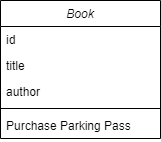
sungwookspring/Simple_BookManagment keeps this draw.io diagram as imgs/class_diagram_book.png. Above is the earlier version. Source tidied: cells renumbered, new cells last; positions are measured from the earlier drawing's top-left corner, leaving out a move shared by most shapes. The source it was exported from:
```xml
<mxGraphModel>
  <root>
    <mxCell id="0" />
    <mxCell id="1" parent="0" />
    <mxCell id="2" value="Book" style="swimlane;fontStyle=2;align=center;verticalAlign=top;horizontal=1;startSize=26;rounded=0;shadow=0;strokeWidth=1;" parent="1" vertex="1">
      <mxGeometry width="160" height="138" as="geometry" />
    </mxCell>
    <mxCell id="3" value="id" style="text;align=left;verticalAlign=top;spacingLeft=4;spacingRight=4;overflow=hidden;" parent="2" vertex="1">
      <mxGeometry y="26" width="160" height="26" as="geometry" />
    </mxCell>
    <mxCell id="4" value="title" style="text;align=left;verticalAlign=top;spacingLeft=4;spacingRight=4;overflow=hidden;rounded=0;shadow=0;html=0;" parent="2" vertex="1">
      <mxGeometry y="52" width="160" height="26" as="geometry" />
    </mxCell>
    <mxCell id="5" value="author" style="text;align=left;verticalAlign=top;spacingLeft=4;spacingRight=4;overflow=hidden;rounded=0;shadow=0;html=0;" parent="2" vertex="1">
      <mxGeometry y="78" width="160" height="26" as="geometry" />
    </mxCell>
    <mxCell id="6" style="line;html=1;strokeWidth=1;align=left;verticalAlign=middle;spacingTop=-1;spacingLeft=3;spacingRight=3;labelPosition=right;" parent="2" vertex="1">
      <mxGeometry y="104" width="160" height="8" as="geometry" />
    </mxCell>
    <mxCell id="7" value="Purchase Parking Pass" style="text;align=left;verticalAlign=top;spacingLeft=4;spacingRight=4;overflow=hidden;" parent="2" vertex="1">
      <mxGeometry y="112" width="160" height="26" as="geometry" />
    </mxCell>
  </root>
</mxGraphModel>
```
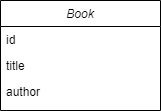
The same diagram one commit later.

Change to the diagram source:
```diff
@@ -3,7 +3,7 @@
     <mxCell id="0" />
     <mxCell id="1" parent="0" />
     <mxCell id="2" value="Book" style="swimlane;fontStyle=2;align=center;verticalAlign=top;horizontal=1;startSize=26;rounded=0;shadow=0;strokeWidth=1;" parent="1" vertex="1">
-      <mxGeometry width="160" height="138" as="geometry" />
+      <mxGeometry width="160" height="110" as="geometry" />
     </mxCell>
     <mxCell id="3" value="id" style="text;align=left;verticalAlign=top;spacingLeft=4;spacingRight=4;overflow=hidden;" parent="2" vertex="1">
       <mxGeometry y="26" width="160" height="26" as="geometry" />
@@ -14,11 +14,5 @@
     <mxCell id="5" value="author" style="text;align=left;verticalAlign=top;spacingLeft=4;spacingRight=4;overflow=hidden;rounded=0;shadow=0;html=0;" parent="2" vertex="1">
       <mxGeometry y="78" width="160" height="26" as="geometry" />
     </mxCell>
-    <mxCell id="6" style="line;html=1;strokeWidth=1;align=left;verticalAlign=middle;spacingTop=-1;spacingLeft=3;spacingRight=3;labelPosition=right;" parent="2" vertex="1">
-      <mxGeometry y="104" width="160" height="8" as="geometry" />
-    </mxCell>
-    <mxCell id="7" value="Purchase Parking Pass" style="text;align=left;verticalAlign=top;spacingLeft=4;spacingRight=4;overflow=hidden;" parent="2" vertex="1">
-      <mxGeometry y="112" width="160" height="26" as="geometry" />
-    </mxCell>
   </root>
 </mxGraphModel>
```
